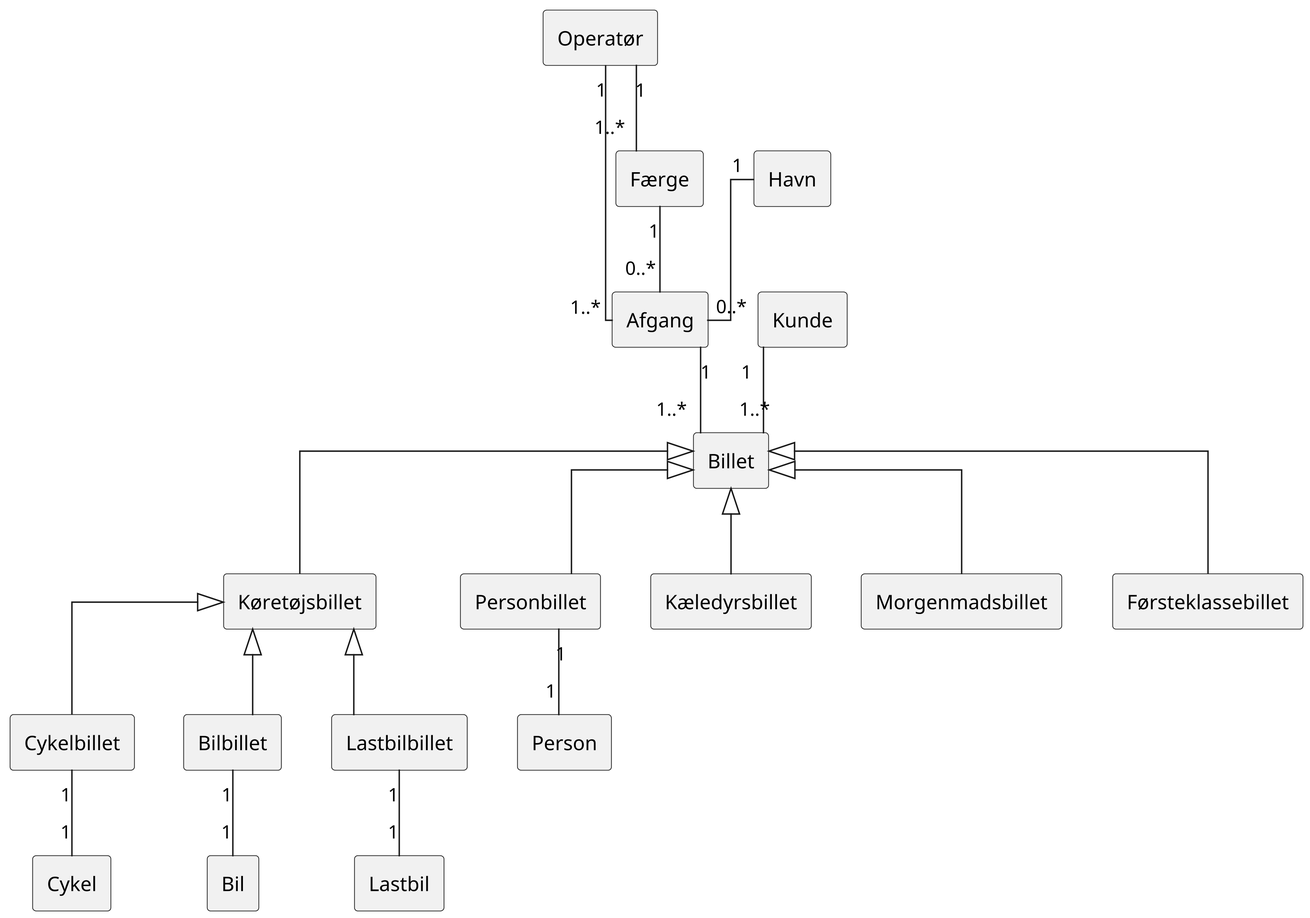
Above: asset/domain_model.png in marc8193/H6PD080126 (PlantUML), before the change.
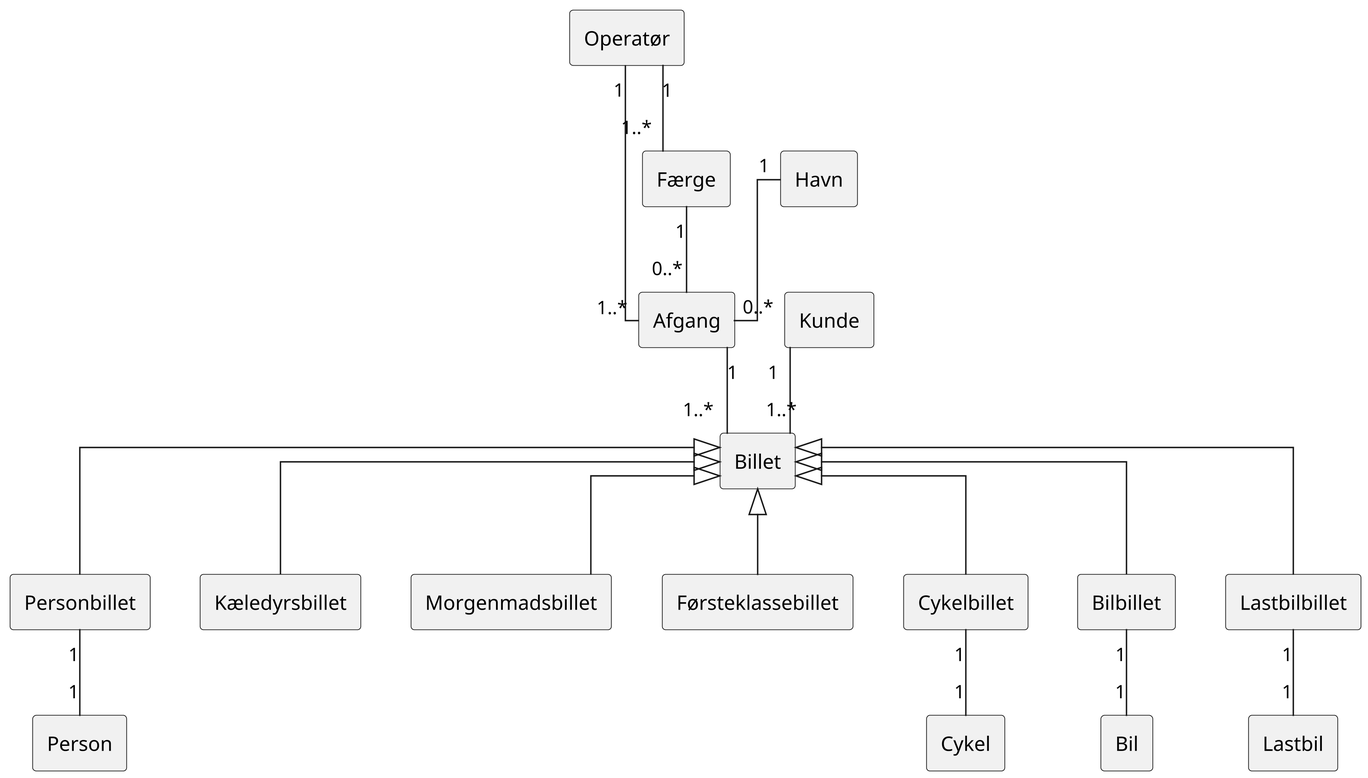
Above is the later version.

The edit, as a diff of the source:
```diff
@@ -15,7 +15,6 @@
 rectangle Kæledyrsbillet
 rectangle Morgenmadsbillet
 rectangle Førsteklassebillet
-rectangle Køretøjsbillet
 rectangle Cykelbillet
 rectangle Bilbillet
 rectangle Lastbilbillet
@@ -33,21 +32,20 @@
 
 Kunde "1" -- "1..*" Billet
 
-Personbillet -up-|> Billet
 Kæledyrsbillet -up-|> Billet
 Morgenmadsbillet -up-|> Billet
 Førsteklassebillet -up-|> Billet
-Køretøjsbillet -up-|> Billet
 
+Personbillet -up-|> Billet
 Personbillet "1" -- "1" Person
 
-Cykelbillet -up-|> Køretøjsbillet
+Cykelbillet -up-|> Billet
 Cykelbillet "1" -- "1" Cykel
 
-Bilbillet -up-|> Køretøjsbillet
+Bilbillet -up-|> Billet
 Bilbillet "1" -- "1" Bil
 
-Lastbilbillet -up-|> Køretøjsbillet
+Lastbilbillet -up-|> Billet
 Lastbilbillet "1" -- "1" Lastbil
 
 @enduml
```
